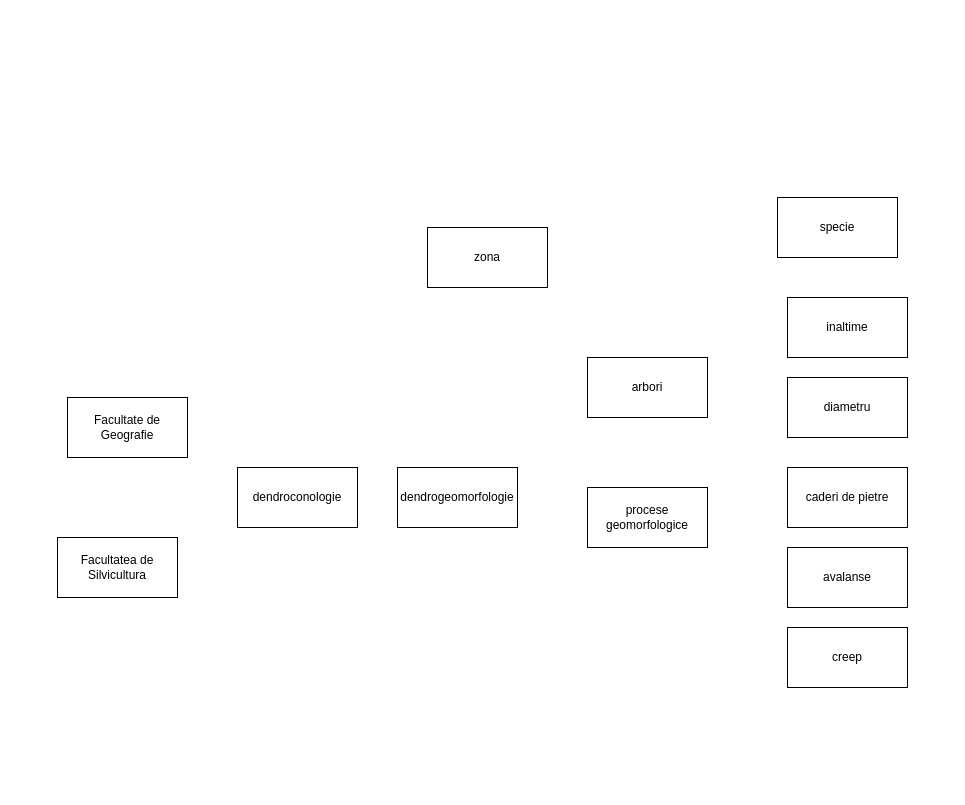
cristian19122001/examen_sem_1_db keeps this draw.io diagram as model_abstract.drawio. Above is the earlier version. Source tidied: cells renumbered, new cells numbered last; positions are measured from the earlier drawing's top-left corner, leaving out a move shared by most shapes. Both pictures are drawn from the tidied source at 100%, with x=0, y=0 at pixel (57, 197).
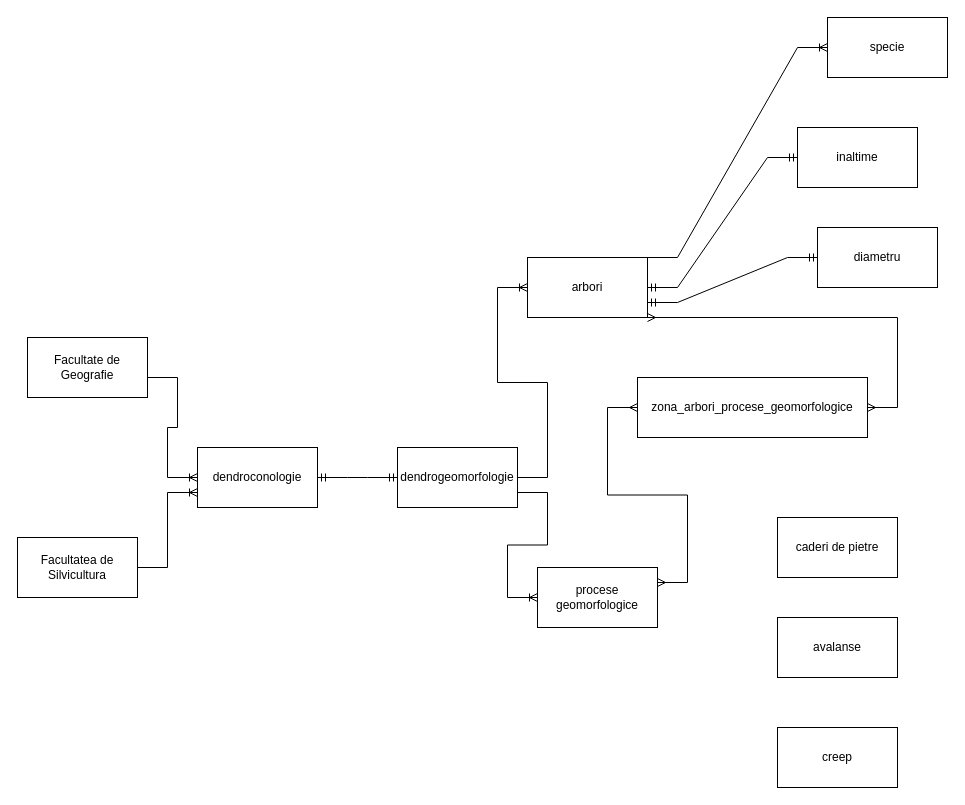
After the change.

Change to the diagram source:
```diff
@@
     <mxCell id="2" value="dendrogeomorfologie" style="rounded=0;whiteSpace=wrap;html=1;" parent="1" vertex="1">
-      <mxGeometry x="340" y="270" width="120" height="60" as="geometry" />
+      <mxGeometry x="340" y="250" width="120" height="60" as="geometry" />
     </mxCell>
     <mxCell id="3" value="dendroconologie" style="rounded=0;whiteSpace=wrap;html=1;" parent="1" vertex="1">
-      <mxGeometry x="180" y="270" width="120" height="60" as="geometry" />
+      <mxGeometry x="140" y="250" width="120" height="60" as="geometry" />
     </mxCell>
     <mxCell id="4" value="arbori" style="rounded=0;whiteSpace=wrap;html=1;" parent="1" vertex="1">
-      <mxGeometry x="530" y="160" width="120" height="60" as="geometry" />
+      <mxGeometry x="470" y="60" width="120" height="60" as="geometry" />
     </mxCell>
     <mxCell id="5" value="procese geomorfologice" style="rounded=0;whiteSpace=wrap;html=1;" parent="1" vertex="1">
-      <mxGeometry x="530" y="290" width="120" height="60" as="geometry" />
+      <mxGeometry x="480" y="370" width="120" height="60" as="geometry" />
     </mxCell>
     <mxCell id="6" value="caderi de pietre" style="rounded=0;whiteSpace=wrap;html=1;" parent="1" vertex="1">
-      <mxGeometry x="730" y="270" width="120" height="60" as="geometry" />
+      <mxGeometry x="720" y="320" width="120" height="60" as="geometry" />
     </mxCell>
     <mxCell id="7" value="avalanse" style="rounded=0;whiteSpace=wrap;html=1;" parent="1" vertex="1">
-      <mxGeometry x="730" y="350" width="120" height="60" as="geometry" />
+      <mxGeometry x="720" y="420" width="120" height="60" as="geometry" />
     </mxCell>
     <mxCell id="8" value="creep" style="rounded=0;whiteSpace=wrap;html=1;" parent="1" vertex="1">
-      <mxGeometry x="730" y="430" width="120" height="60" as="geometry" />
+      <mxGeometry x="720" y="530" width="120" height="60" as="geometry" />
     </mxCell>
     <mxCell id="9" value="specie" style="rounded=0;whiteSpace=wrap;html=1;" parent="1" vertex="1">
-      <mxGeometry x="720" width="120" height="60" as="geometry" />
+      <mxGeometry x="770" y="-180" width="120" height="60" as="geometry" />
     </mxCell>
     <mxCell id="10" value="inaltime" style="rounded=0;whiteSpace=wrap;html=1;" parent="1" vertex="1">
-      <mxGeometry x="730" y="100" width="120" height="60" as="geometry" />
+      <mxGeometry x="740" y="-70" width="120" height="60" as="geometry" />
     </mxCell>
     <mxCell id="11" value="diametru" style="rounded=0;whiteSpace=wrap;html=1;" parent="1" vertex="1">
-      <mxGeometry x="730" y="180" width="120" height="60" as="geometry" />
+      <mxGeometry x="760" y="30" width="120" height="60" as="geometry" />
     </mxCell>
     <mxCell id="12" value="Facultate de Geografie" style="rounded=0;whiteSpace=wrap;html=1;" parent="1" vertex="1">
-      <mxGeometry x="10" y="200" width="120" height="60" as="geometry" />
+      <mxGeometry x="-30" y="140" width="120" height="60" as="geometry" />
     </mxCell>
     <mxCell id="13" value="Facultatea de Silvicultura" style="rounded=0;whiteSpace=wrap;html=1;" parent="1" vertex="1">
-      <mxGeometry y="340" width="120" height="60" as="geometry" />
+      <mxGeometry x="-40" y="340" width="120" height="60" as="geometry" />
     </mxCell>
-    <mxCell id="14" value="zona" style="rounded=0;whiteSpace=wrap;html=1;" parent="1" vertex="1">
-      <mxGeometry x="370" y="30" width="120" height="60" as="geometry" />
+    <mxCell id="14" value="zona_arbori_procese_geomorfologice" style="rounded=0;whiteSpace=wrap;html=1;" parent="1" vertex="1">
+      <mxGeometry x="580" y="180" width="230" height="60" as="geometry" />
     </mxCell>
+    <mxCell id="15" style="edgeStyle=entityRelationEdgeStyle;fontSize=12;html=1;endArrow=ERoneToMany;rounded=0;entryX=0;entryY=0.5;entryDx=0;entryDy=0;" parent="1" edge="1" target="3">
+      <mxGeometry relative="1" as="geometry">
+        <mxPoint x="90" y="180" as="sourcePoint" />
+      </mxGeometry>
+    </mxCell>
+    <mxCell id="16" style="edgeStyle=entityRelationEdgeStyle;fontSize=12;html=1;endArrow=ERoneToMany;rounded=0;entryX=0;entryY=0.75;entryDx=0;entryDy=0;" parent="1" edge="1" target="3">
+      <mxGeometry relative="1" as="geometry">
+        <mxPoint x="80" y="370" as="sourcePoint" />
+      </mxGeometry>
+    </mxCell>
+    <mxCell id="17" style="edgeStyle=entityRelationEdgeStyle;fontSize=12;html=1;endArrow=ERmandOne;startArrow=ERmandOne;rounded=0;entryX=0;entryY=0.5;entryDx=0;entryDy=0;" parent="1" edge="1" target="2">
+      <mxGeometry relative="1" as="geometry">
+        <mxPoint x="260" y="280" as="sourcePoint" />
+      </mxGeometry>
+    </mxCell>
+    <mxCell id="18" style="edgeStyle=entityRelationEdgeStyle;fontSize=12;html=1;endArrow=ERoneToMany;rounded=0;exitX=1;exitY=0.5;exitDx=0;exitDy=0;entryX=0;entryY=0.5;entryDx=0;entryDy=0;" parent="1" edge="1" source="2" target="4">
+      <mxGeometry relative="1" as="geometry" />
+    </mxCell>
+    <mxCell id="19" style="edgeStyle=entityRelationEdgeStyle;fontSize=12;html=1;endArrow=ERoneToMany;rounded=0;exitX=1;exitY=0.75;exitDx=0;exitDy=0;entryX=0;entryY=0.5;entryDx=0;entryDy=0;" parent="1" edge="1" source="2" target="5">
+      <mxGeometry relative="1" as="geometry" />
+    </mxCell>
+    <mxCell id="20" style="edgeStyle=entityRelationEdgeStyle;fontSize=12;html=1;endArrow=ERoneToMany;rounded=0;entryX=0;entryY=0.5;entryDx=0;entryDy=0;exitX=1;exitY=0;exitDx=0;exitDy=0;" parent="1" edge="1" source="4" target="9">
+      <mxGeometry relative="1" as="geometry" />
+    </mxCell>
+    <mxCell id="21" style="edgeStyle=entityRelationEdgeStyle;fontSize=12;html=1;endArrow=ERmandOne;startArrow=ERmandOne;rounded=0;exitX=1;exitY=0.5;exitDx=0;exitDy=0;entryX=0;entryY=0.5;entryDx=0;entryDy=0;" parent="1" edge="1" source="4" target="10">
+      <mxGeometry relative="1" as="geometry" />
+    </mxCell>
+    <mxCell id="22" style="edgeStyle=entityRelationEdgeStyle;fontSize=12;html=1;endArrow=ERmandOne;startArrow=ERmandOne;rounded=0;entryX=0;entryY=0.5;entryDx=0;entryDy=0;exitX=1;exitY=0.75;exitDx=0;exitDy=0;" parent="1" edge="1" source="4" target="11">
+      <mxGeometry relative="1" as="geometry" />
+    </mxCell>
+    <mxCell id="23" style="edgeStyle=entityRelationEdgeStyle;fontSize=12;html=1;endArrow=ERmany;startArrow=ERmany;rounded=0;exitX=1;exitY=1;exitDx=0;exitDy=0;" parent="1" edge="1" source="4" target="14">
+      <mxGeometry relative="1" as="geometry" />
+    </mxCell>
+    <mxCell id="24" style="edgeStyle=entityRelationEdgeStyle;fontSize=12;html=1;endArrow=ERmany;startArrow=ERmany;rounded=0;exitX=1;exitY=0.25;exitDx=0;exitDy=0;" parent="1" edge="1" source="5">
+      <mxGeometry relative="1" as="geometry">
+        <mxPoint x="580" y="210" as="targetPoint" />
+      </mxGeometry>
+    </mxCell>
```
